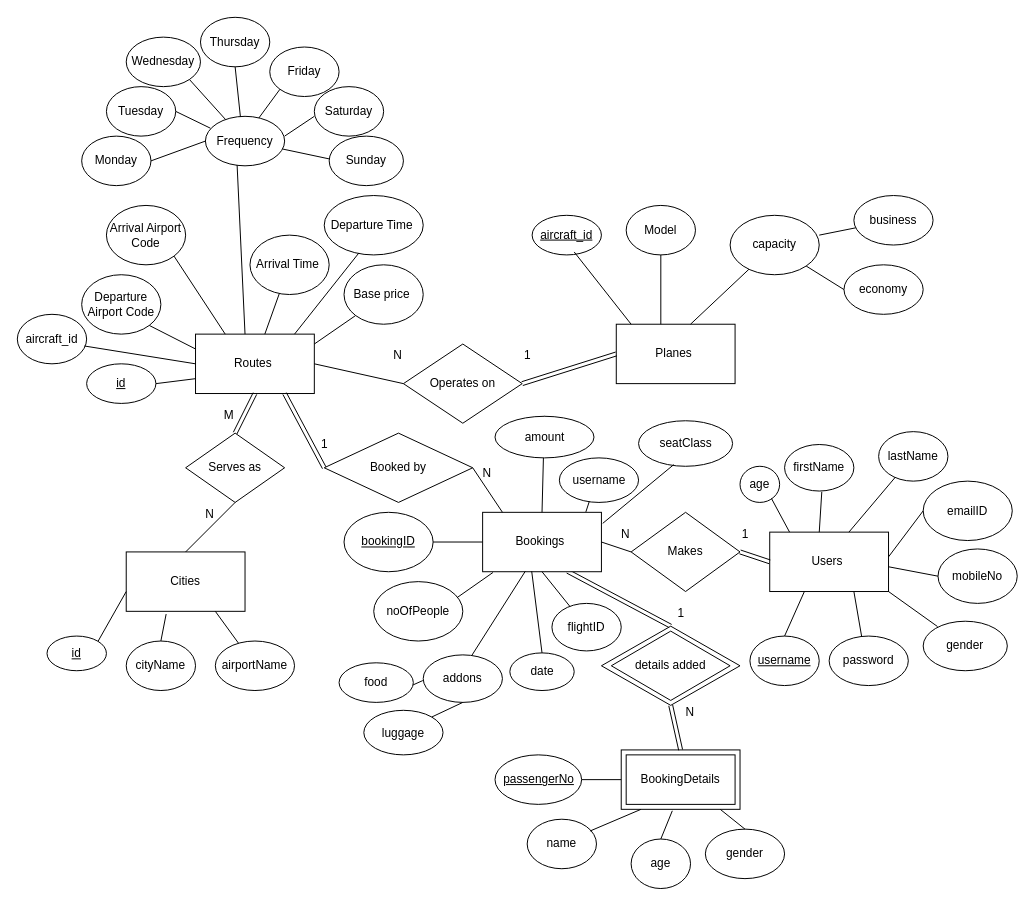
Earlier version of the draw.io diagram assets/ER.drawio (shelly-shells/airline-ticket). Source tidied: cells renumbered, new cells numbered last; positions are measured from the earlier drawing's top-left corner, leaving out a move shared by most shapes. Both pictures are drawn from the tidied source at 99%, with x=0, y=0 at pixel (17, 17).
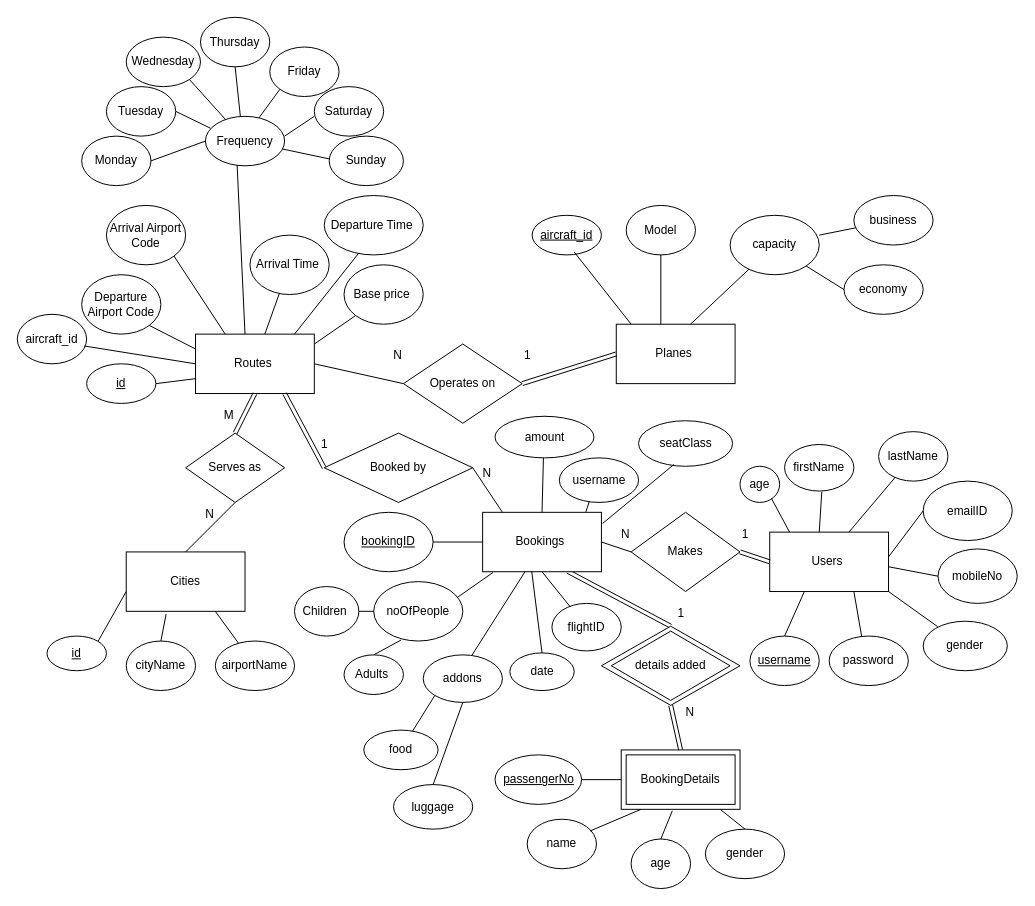
The same page after the edit.

Unchanged cells that the change refers to:
```xml
<mxCell id="44" value="noOfPeople" style="ellipse;whiteSpace=wrap;html=1;" parent="1" vertex="1">
  <mxGeometry x="360" y="570" width="90" height="60" as="geometry" />
</mxCell>
<mxCell id="111" value="addons" style="ellipse;whiteSpace=wrap;html=1;" parent="1" vertex="1">
  <mxGeometry x="410" y="644" width="80" height="48" as="geometry" />
</mxCell>
```

The edit, as a diff of the source:
```diff
@@
     <mxCell id="113" value="food" style="ellipse;whiteSpace=wrap;html=1;" parent="1" vertex="1">
-      <mxGeometry x="325" y="652" width="75" height="40" as="geometry" />
+      <mxGeometry x="350" y="720" width="75" height="40" as="geometry" />
     </mxCell>
     <mxCell id="114" value="luggage" style="ellipse;whiteSpace=wrap;html=1;" parent="1" vertex="1">
-      <mxGeometry x="350" y="700" width="80" height="45" as="geometry" />
+      <mxGeometry x="380" y="775" width="80" height="45" as="geometry" />
     </mxCell>
-    <mxCell id="115" style="endArrow=none;html=1;rounded=0;entryX=0.5;entryY=1;entryDx=0;entryDy=0;exitX=1;exitY=0;exitDx=0;exitDy=0;" parent="1" edge="1" source="114" target="111">
+    <mxCell id="115" style="endArrow=none;html=1;rounded=0;entryX=0.5;entryY=1;entryDx=0;entryDy=0;exitX=0.5;exitY=0;exitDx=0;exitDy=0;" parent="1" edge="1" source="114" target="111">
       <mxGeometry relative="1" as="geometry" />
     </mxCell>
-    <mxCell id="116" style="endArrow=none;html=1;rounded=0;exitX=0.997;exitY=0.558;exitDx=0;exitDy=0;exitPerimeter=0;entryX=-0.005;entryY=0.54;entryDx=0;entryDy=0;entryPerimeter=0;" parent="1" edge="1" source="113" target="111">
+    <mxCell id="116" style="endArrow=none;html=1;rounded=0;entryX=0;entryY=1;entryDx=0;entryDy=0;" parent="1" edge="1" source="113" target="111">
       <mxGeometry relative="1" as="geometry" />
     </mxCell>
@@
+    <mxCell id="126" value="Adults&amp;nbsp;" style="ellipse;whiteSpace=wrap;html=1;" parent="1" vertex="1">
+      <mxGeometry x="330" y="644" width="60" height="40" as="geometry" />
+    </mxCell>
+    <mxCell id="127" value="Children&amp;nbsp;" style="ellipse;whiteSpace=wrap;html=1;" parent="1" vertex="1">
+      <mxGeometry x="280" y="575" width="65" height="50" as="geometry" />
+    </mxCell>
+    <mxCell id="128" style="endArrow=none;html=1;rounded=0;entryX=0;entryY=0.5;entryDx=0;entryDy=0;exitX=1;exitY=0.5;exitDx=0;exitDy=0;" parent="1" edge="1" source="127" target="44">
+      <mxGeometry relative="1" as="geometry" />
+    </mxCell>
+    <mxCell id="129" style="endArrow=none;html=1;rounded=0;exitX=0.5;exitY=0;exitDx=0;exitDy=0;entryX=0.307;entryY=0.983;entryDx=0;entryDy=0;entryPerimeter=0;" parent="1" edge="1" source="126" target="44">
+      <mxGeometry relative="1" as="geometry" />
+    </mxCell>
```
